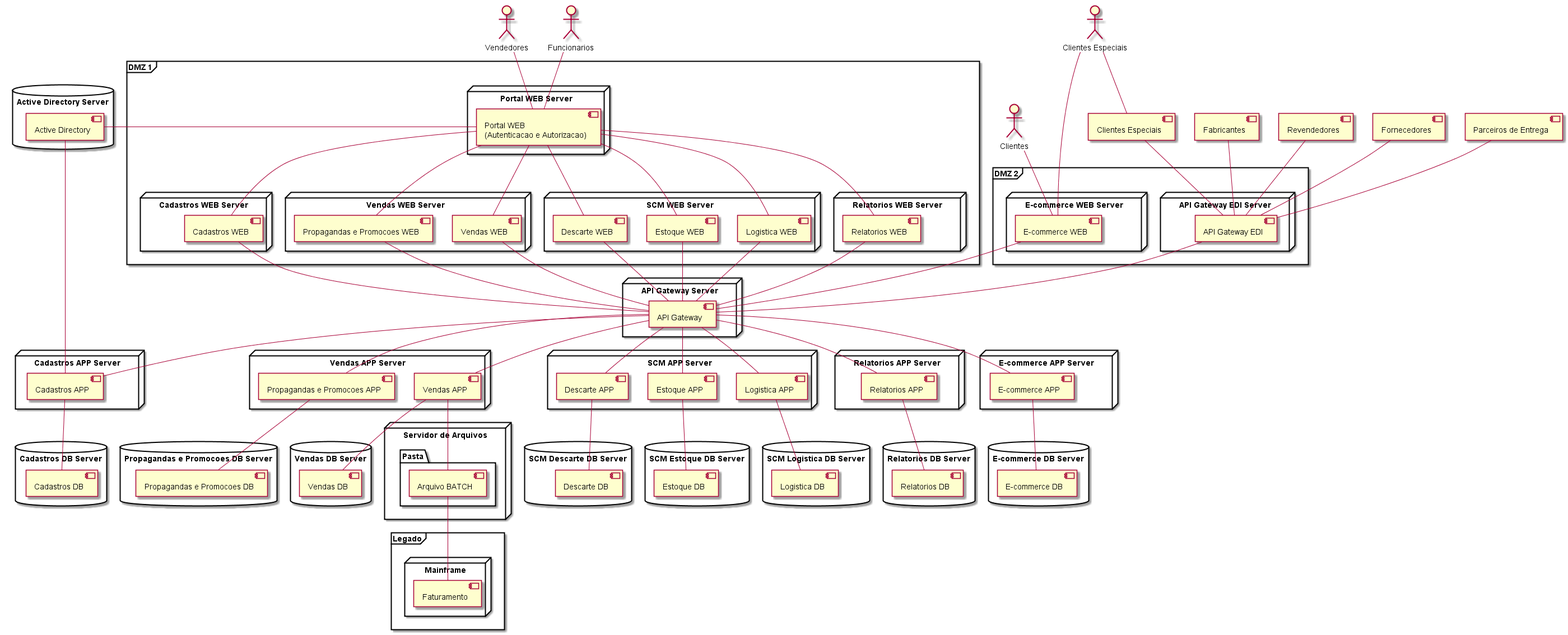
Earlier version of the PlantUML export arquitetura/ferramentas/PlantUML/script.png (herberton/tcc).
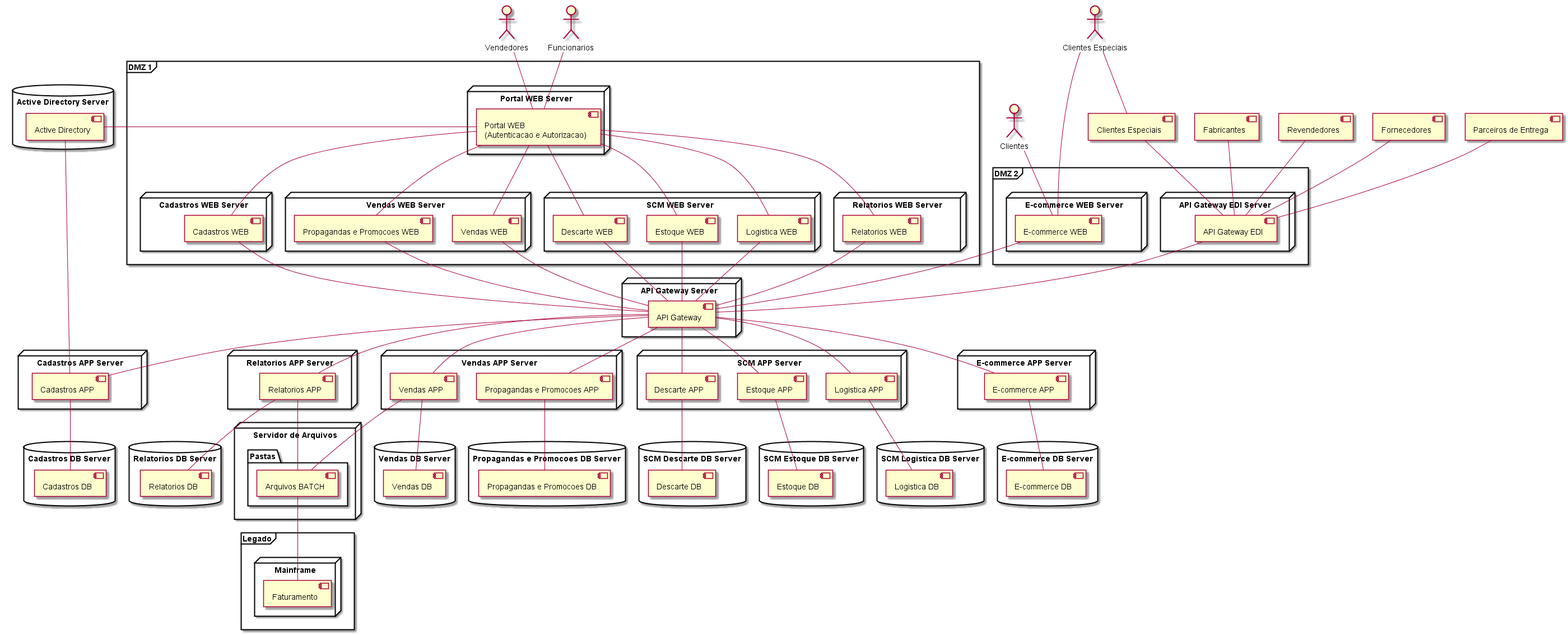
The same diagram one commit later.

Commit message:
atualizacao diagrama de componentes

Change to the diagram source:
```diff
@@ -59,12 +59,11 @@
 			[Cadastros APP]						as CAC
 		}
 		node "Vendas APP Server" {
+			[Vendas APP] 						as CAV
 			[Propagandas e Promocoes APP]		as CAPP
-			[Vendas APP] 						as CAV
 
 		}
 		node "SCM APP Server" {
-
 			[Descarte APP]						as CAD
 			[Estoque APP] 						as CAE
 			[Logistica APP] 					as CAL
@@ -112,8 +111,8 @@
 		}
 
 		node "Servidor de Arquivos" {
-			folder "Pasta" {
-				[Arquivo BATCH]					as ARQ
+			folder "Pastas" {
+				[Arquivos BATCH]				as ARQ
 			}
 		}
 
@@ -159,6 +158,7 @@
 
 		CMF -up- ARQ
 		CAV -down- ARQ
+		CAR - ARQ
 
 
 
```
